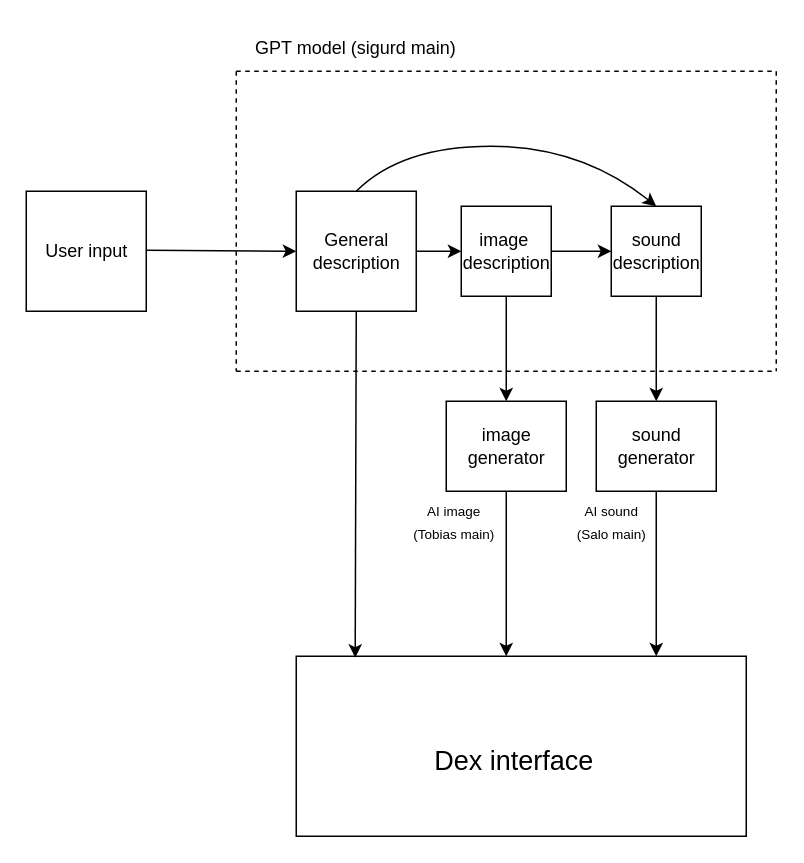
Earlier version of the draw.io diagram figures/genAI_codeflow.drawio (axdeux/Generative-AI-project). Source tidied: cells renumbered, new cells numbered last; positions are measured from the earlier drawing's top-left corner, leaving out a move shared by most shapes. Both pictures are drawn from the tidied source at 150%, with x=0, y=0 at pixel (26, 26).
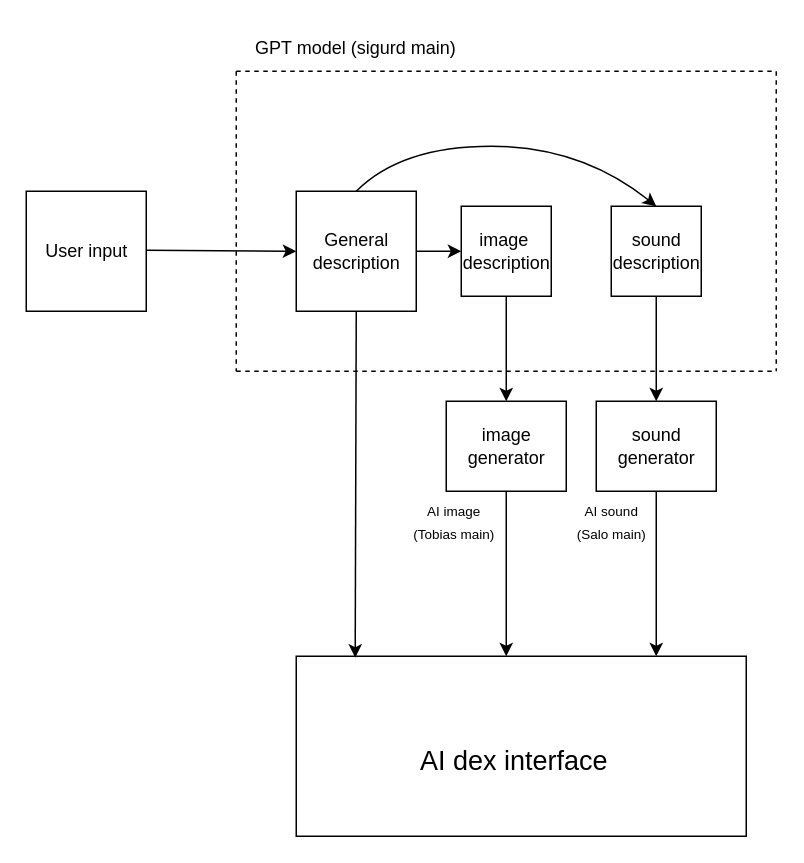
Above is the later version.

Unchanged cells that the change refers to:
```xml
<mxCell id="4" style="whiteSpace=wrap;html=1;" parent="1" vertex="1">
  <mxGeometry x="290" y="120" width="60" height="60" as="geometry" />
</mxCell>
<mxCell id="5" style="rounded=0;whiteSpace=wrap;html=1;" parent="1" vertex="1">
  <mxGeometry x="390" y="120" width="60" height="60" as="geometry" />
</mxCell>
```

The edit, as a diff of the source:
```diff
@@
-    <mxCell id="8" style="endArrow=classic;html=1;rounded=0;exitX=1;exitY=0.5;exitDx=0;exitDy=0;entryX=0;entryY=0.5;entryDx=0;entryDy=0;" parent="1" edge="1" source="4" target="5">
-      <mxGeometry relative="1" as="geometry" />
-    </mxCell>
@@
-    <mxCell id="24" value="&lt;font style=&quot;font-size: 18px;&quot;&gt;Dex interface&lt;/font&gt;" style="text;html=1;align=center;verticalAlign=middle;strokeColor=none;fillColor=none;" parent="1" vertex="1">
-      <mxGeometry x="260" y="470" width="130" height="40" as="geometry" />
+    <mxCell id="24" value="&lt;font style=&quot;font-size: 18px;&quot;&gt;AI dex interface&lt;/font&gt;" style="text;html=1;align=center;verticalAlign=middle;strokeColor=none;fillColor=none;" parent="1" vertex="1">
+      <mxGeometry x="250" y="470" width="150" height="40" as="geometry" />
     </mxCell>
```
